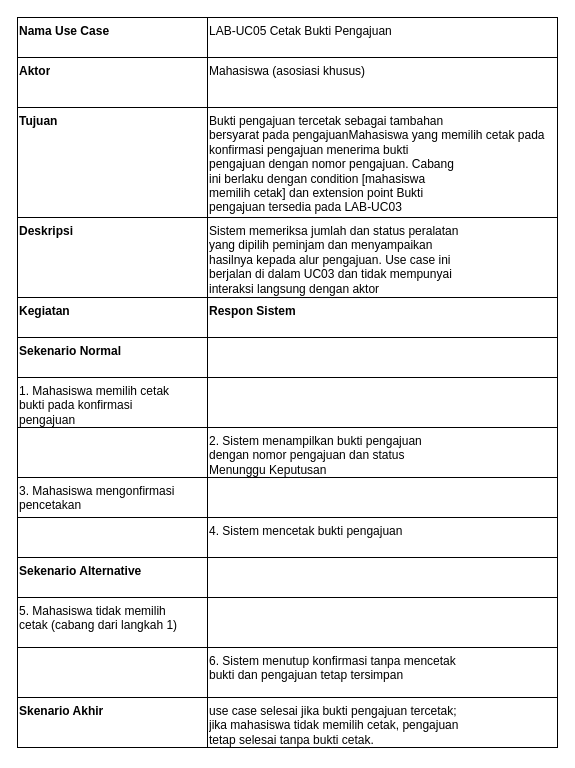
Above: page "Page-4" (4 of 12) of 04_model_analisis/P05/LAB/P05_2406019_LAB_skenario_v01.drawio in Wildan2406019/IFRWP5149_2406019_LabAlat (draw.io), before the change. Source tidied: cells renumbered, new cells numbered last; positions are measured from the earlier drawing's top-left corner, leaving out a move shared by most shapes. Both pictures are drawn from the tidied source at 100%, with x=0, y=0 at pixel (17, 17).
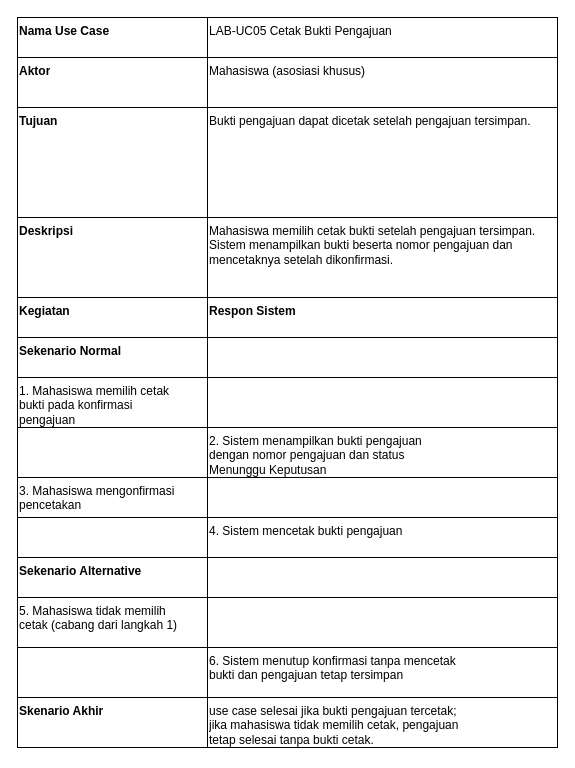
The same diagram, later.

Commit message:
Memperbaiki skenario cetak bukti P05 LAB dan gambar

The change refers to these unchanged cells:
```xml
<mxCell id="9" style="shape=tableRow;horizontal=0;startSize=0;swimlaneHead=0;swimlaneBody=0;strokeColor=inherit;fillColor=none;fixedHeader=1;align=left;verticalAlign=top;" parent="2" vertex="1">
  <mxGeometry y="90" width="540" height="110" as="geometry" />
</mxCell>
<mxCell id="12" style="shape=tableRow;horizontal=0;startSize=0;swimlaneHead=0;swimlaneBody=0;strokeColor=inherit;fillColor=none;fixedHeader=1;align=left;verticalAlign=top;" parent="2" vertex="1">
  <mxGeometry y="200" width="540" height="80" as="geometry" />
</mxCell>
```

Change to the diagram source:
```diff
@@
-    <mxCell id="11" value="Bukti pengajuan tercetak sebagai tambahan&lt;br/&gt;bersyarat pada pengajuanMahasiswa yang memilih cetak pada&lt;br/&gt;konfirmasi pengajuan menerima bukti&lt;br/&gt;pengajuan dengan nomor pengajuan. Cabang&lt;br/&gt;ini berlaku dengan condition [mahasiswa&lt;br/&gt;memilih cetak] dan extension point Bukti&lt;br/&gt;pengajuan tersedia pada LAB-UC03&lt;br/&gt;&amp;nbsp;" style="shape=partialRectangle;html=1;whiteSpace=wrap;strokeColor=inherit;overflow=hidden;fillColor=none;align=left;verticalAlign=top;" parent="9" vertex="1">
+    <mxCell id="11" value="Bukti pengajuan dapat dicetak setelah pengajuan tersimpan." style="shape=partialRectangle;html=1;whiteSpace=wrap;strokeColor=inherit;overflow=hidden;fillColor=none;align=left;verticalAlign=top;" parent="9" vertex="1">
       <mxGeometry x="190" width="350" height="110" as="geometry" />
     </mxCell>
@@
-    <mxCell id="14" value="Sistem memeriksa jumlah dan status peralatan&lt;br/&gt;yang dipilih peminjam dan menyampaikan&lt;br/&gt;hasilnya kepada alur pengajuan. Use case ini&lt;br/&gt;berjalan di dalam UC03 dan tidak mempunyai&lt;br/&gt;interaksi langsung dengan aktor" style="shape=partialRectangle;html=1;whiteSpace=wrap;strokeColor=inherit;overflow=hidden;fillColor=none;align=left;verticalAlign=top;" parent="12" vertex="1">
+    <mxCell id="14" value="Mahasiswa memilih cetak bukti setelah pengajuan tersimpan. Sistem menampilkan bukti beserta nomor pengajuan dan mencetaknya setelah dikonfirmasi." style="shape=partialRectangle;html=1;whiteSpace=wrap;strokeColor=inherit;overflow=hidden;fillColor=none;align=left;verticalAlign=top;" parent="12" vertex="1">
       <mxGeometry x="190" width="350" height="80" as="geometry" />
     </mxCell>
```
